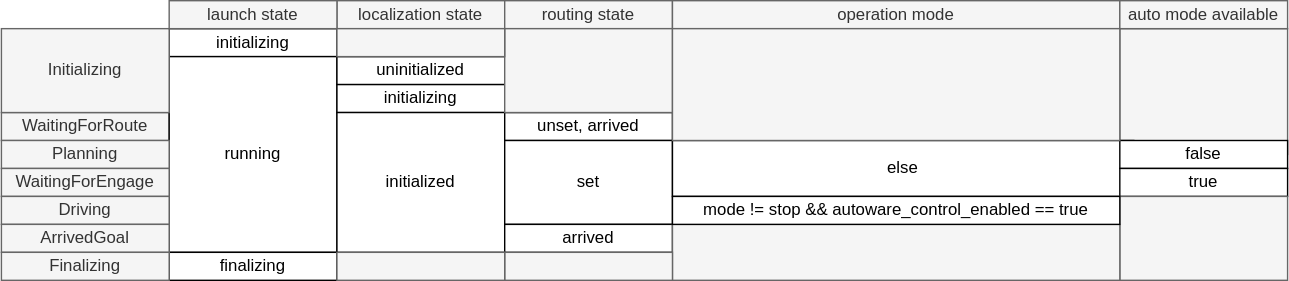
This is pr-10143/system/autoware_default_adapi_universe/document/images/autoware-state-table.drawio.svg from autowarefoundation/autoware_universe, a draw.io export, as it was before one commit. Source tidied: cells renumbered, new cells last; positions are measured from the earlier drawing's top-left corner, leaving out a move shared by most shapes. Source of this version:
```xml
<mxGraphModel>
  <root>
    <mxCell id="0" />
    <mxCell id="1" parent="0" />
    <mxCell id="2" style="rounded=0;whiteSpace=wrap;html=1;fillColor=#f5f5f5;fontColor=#333333;strokeColor=#666666;" parent="1" vertex="1">
      <mxGeometry x="800" y="20" width="120" height="90" as="geometry" />
    </mxCell>
    <mxCell id="3" value="WaitingForRoute" style="rounded=0;whiteSpace=wrap;html=1;fillColor=#f5f5f5;fontColor=#333333;strokeColor=#666666;" parent="1" vertex="1">
      <mxGeometry y="80" width="120" height="20" as="geometry" />
    </mxCell>
    <mxCell id="4" value="localization state" style="rounded=0;whiteSpace=wrap;html=1;fillColor=#f5f5f5;fontColor=#333333;strokeColor=#666666;" parent="1" vertex="1">
      <mxGeometry x="240" width="120" height="20" as="geometry" />
    </mxCell>
    <mxCell id="5" value="routing state" style="rounded=0;whiteSpace=wrap;html=1;fillColor=#f5f5f5;fontColor=#333333;strokeColor=#666666;" parent="1" vertex="1">
      <mxGeometry x="360" width="120" height="20" as="geometry" />
    </mxCell>
    <mxCell id="6" value="operation mode" style="rounded=0;whiteSpace=wrap;html=1;fillColor=#f5f5f5;fontColor=#333333;strokeColor=#666666;" parent="1" vertex="1">
      <mxGeometry x="480" width="320" height="20" as="geometry" />
    </mxCell>
    <mxCell id="7" value="auto mode available" style="rounded=0;whiteSpace=wrap;html=1;fillColor=#f5f5f5;fontColor=#333333;strokeColor=#666666;" parent="1" vertex="1">
      <mxGeometry x="800" width="120" height="20" as="geometry" />
    </mxCell>
    <mxCell id="8" value="initializing" style="rounded=0;whiteSpace=wrap;html=1;" parent="1" vertex="1">
      <mxGeometry x="120" y="20" width="120" height="20" as="geometry" />
    </mxCell>
    <mxCell id="9" value="running" style="rounded=0;whiteSpace=wrap;html=1;" parent="1" vertex="1">
      <mxGeometry x="120" y="40" width="120" height="140" as="geometry" />
    </mxCell>
    <mxCell id="10" value="uninitialized" style="rounded=0;whiteSpace=wrap;html=1;" parent="1" vertex="1">
      <mxGeometry x="240" y="40" width="120" height="20" as="geometry" />
    </mxCell>
    <mxCell id="11" value="initializing" style="rounded=0;whiteSpace=wrap;html=1;" parent="1" vertex="1">
      <mxGeometry x="240" y="60" width="120" height="20" as="geometry" />
    </mxCell>
    <mxCell id="12" value="initialized" style="rounded=0;whiteSpace=wrap;html=1;" parent="1" vertex="1">
      <mxGeometry x="240" y="80" width="120" height="100" as="geometry" />
    </mxCell>
    <mxCell id="13" value="unset, arrived" style="rounded=0;whiteSpace=wrap;html=1;" parent="1" vertex="1">
      <mxGeometry x="360" y="80" width="120" height="20" as="geometry" />
    </mxCell>
    <mxCell id="14" value="set" style="rounded=0;whiteSpace=wrap;html=1;" parent="1" vertex="1">
      <mxGeometry x="360" y="100" width="120" height="60" as="geometry" />
    </mxCell>
    <mxCell id="15" value="arrived" style="rounded=0;whiteSpace=wrap;html=1;" parent="1" vertex="1">
      <mxGeometry x="360" y="160" width="120" height="20" as="geometry" />
    </mxCell>
    <mxCell id="16" value="finalizing" style="rounded=0;whiteSpace=wrap;html=1;" parent="1" vertex="1">
      <mxGeometry x="120" y="180" width="120" height="20" as="geometry" />
    </mxCell>
    <mxCell id="17" value="else" style="rounded=0;whiteSpace=wrap;html=1;" parent="1" vertex="1">
      <mxGeometry x="480" y="100" width="330" height="40" as="geometry" />
    </mxCell>
    <mxCell id="18" value="false" style="rounded=0;whiteSpace=wrap;html=1;" parent="1" vertex="1">
      <mxGeometry x="800" y="100" width="120" height="20" as="geometry" />
    </mxCell>
    <mxCell id="19" value="true" style="rounded=0;whiteSpace=wrap;html=1;" parent="1" vertex="1">
      <mxGeometry x="800" y="120" width="120" height="20" as="geometry" />
    </mxCell>
    <mxCell id="20" value="Initializing" style="rounded=0;whiteSpace=wrap;html=1;fillColor=#f5f5f5;fontColor=#333333;strokeColor=#666666;" parent="1" vertex="1">
      <mxGeometry y="20" width="120" height="60" as="geometry" />
    </mxCell>
    <mxCell id="21" value="launch state" style="rounded=0;whiteSpace=wrap;html=1;fillColor=#f5f5f5;fontColor=#333333;strokeColor=#666666;" parent="1" vertex="1">
      <mxGeometry x="120" width="120" height="20" as="geometry" />
    </mxCell>
    <mxCell id="22" value="Planning" style="rounded=0;whiteSpace=wrap;html=1;fillColor=#f5f5f5;fontColor=#333333;strokeColor=#666666;" parent="1" vertex="1">
      <mxGeometry y="100" width="120" height="20" as="geometry" />
    </mxCell>
    <mxCell id="23" value="WaitingForEngage" style="rounded=0;whiteSpace=wrap;html=1;fillColor=#f5f5f5;fontColor=#333333;strokeColor=#666666;" parent="1" vertex="1">
      <mxGeometry y="120" width="120" height="20" as="geometry" />
    </mxCell>
    <mxCell id="24" value="Driving" style="rounded=0;whiteSpace=wrap;html=1;fillColor=#f5f5f5;fontColor=#333333;strokeColor=#666666;" parent="1" vertex="1">
      <mxGeometry y="140" width="120" height="20" as="geometry" />
    </mxCell>
    <mxCell id="25" value="ArrivedGoal" style="rounded=0;whiteSpace=wrap;html=1;fillColor=#f5f5f5;fontColor=#333333;strokeColor=#666666;" parent="1" vertex="1">
      <mxGeometry y="160" width="120" height="20" as="geometry" />
    </mxCell>
    <mxCell id="26" value="Finalizing" style="rounded=0;whiteSpace=wrap;html=1;fillColor=#f5f5f5;fontColor=#333333;strokeColor=#666666;" parent="1" vertex="1">
      <mxGeometry y="180" width="120" height="20" as="geometry" />
    </mxCell>
    <mxCell id="27" style="rounded=0;whiteSpace=wrap;html=1;fillColor=#f5f5f5;fontColor=#333333;strokeColor=#666666;" parent="1" vertex="1">
      <mxGeometry x="800" y="140" width="120" height="60" as="geometry" />
    </mxCell>
    <mxCell id="28" style="rounded=0;whiteSpace=wrap;html=1;fillColor=#f5f5f5;fontColor=#333333;strokeColor=#666666;" parent="1" vertex="1">
      <mxGeometry x="360" y="20" width="120" height="60" as="geometry" />
    </mxCell>
    <mxCell id="29" style="rounded=0;whiteSpace=wrap;html=1;fillColor=#f5f5f5;fontColor=#333333;strokeColor=#666666;" parent="1" vertex="1">
      <mxGeometry x="480" y="20" width="320" height="80" as="geometry" />
    </mxCell>
    <mxCell id="30" style="rounded=0;whiteSpace=wrap;html=1;fillColor=#f5f5f5;fontColor=#333333;strokeColor=#666666;" parent="1" vertex="1">
      <mxGeometry x="480" y="160" width="320" height="40" as="geometry" />
    </mxCell>
    <mxCell id="31" style="rounded=0;whiteSpace=wrap;html=1;fillColor=#f5f5f5;fontColor=#333333;strokeColor=#666666;" parent="1" vertex="1">
      <mxGeometry x="360" y="180" width="120" height="20" as="geometry" />
    </mxCell>
    <mxCell id="32" style="rounded=0;whiteSpace=wrap;html=1;fillColor=#f5f5f5;fontColor=#333333;strokeColor=#666666;" parent="1" vertex="1">
      <mxGeometry x="240" y="180" width="120" height="20" as="geometry" />
    </mxCell>
    <mxCell id="33" style="rounded=0;whiteSpace=wrap;html=1;fillColor=#f5f5f5;fontColor=#333333;strokeColor=#666666;" parent="1" vertex="1">
      <mxGeometry x="240" y="20" width="120" height="20" as="geometry" />
    </mxCell>
    <mxCell id="34" value="mode != stop &amp;amp;&amp;amp; autoware_control_enabled == true" style="rounded=0;whiteSpace=wrap;html=1;" parent="1" vertex="1">
      <mxGeometry x="480" y="140" width="320" height="20" as="geometry" />
    </mxCell>
  </root>
</mxGraphModel>
```
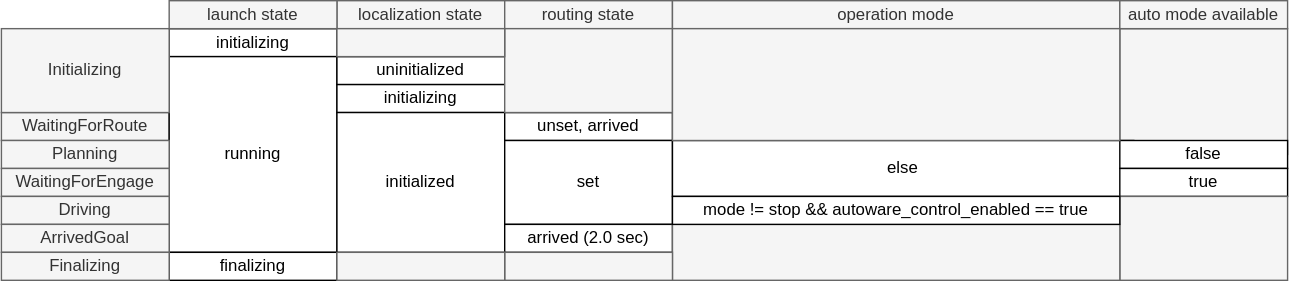
The same file after the commit.

Diff of the diagram source:
```diff
@@ -41,7 +41,7 @@
     <mxCell id="14" value="set" style="rounded=0;whiteSpace=wrap;html=1;" parent="1" vertex="1">
       <mxGeometry x="360" y="100" width="120" height="60" as="geometry" />
     </mxCell>
-    <mxCell id="15" value="arrived" style="rounded=0;whiteSpace=wrap;html=1;" parent="1" vertex="1">
+    <mxCell id="15" value="arrived (2.0 sec)" style="rounded=0;whiteSpace=wrap;html=1;" parent="1" vertex="1">
       <mxGeometry x="360" y="160" width="120" height="20" as="geometry" />
     </mxCell>
     <mxCell id="16" value="finalizing" style="rounded=0;whiteSpace=wrap;html=1;" parent="1" vertex="1">
```
